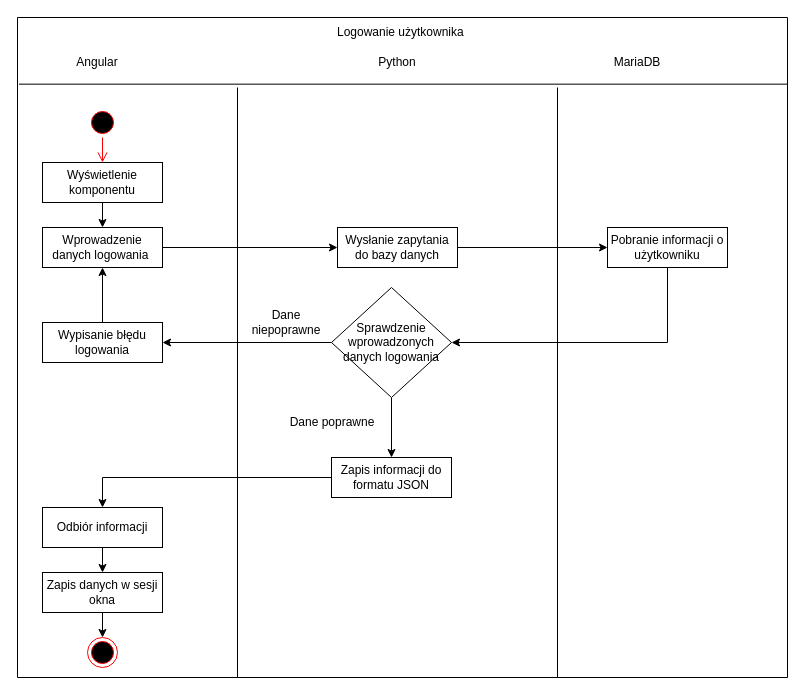
Before: Diagram/Login.drawio in Quadium9/Projekt_I, a draw.io diagram. Source tidied: cells renumbered, new cells numbered last; positions are measured from the earlier drawing's top-left corner, leaving out a move shared by most shapes. Both pictures are drawn from the tidied source at 100%, with x=0, y=0 at pixel (17, 17).
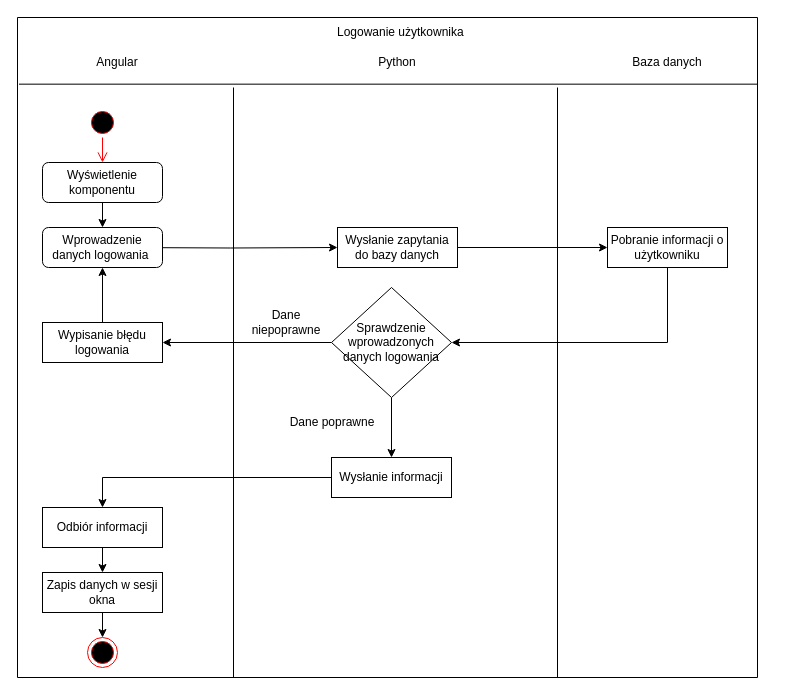
After the change.

Unchanged cells that the change refers to:
```xml
<mxCell id="27" value="Wysłanie zapytania do bazy danych" style="rounded=0;whiteSpace=wrap;html=1;" parent="2" vertex="1">
  <mxGeometry x="320" y="210" width="120" height="40" as="geometry" />
</mxCell>
<mxCell id="28" style="ellipse;html=1;shape=startState;fillColor=#000000;strokeColor=#ff0000;" parent="2" vertex="1">
  <mxGeometry x="70" y="90" width="30" height="30" as="geometry" />
</mxCell>
```

The edit, as a diff of the source:
```diff
@@
     <mxCell id="2" style="swimlane;startSize=0;" parent="1" vertex="1">
-      <mxGeometry width="770" height="660" as="geometry" />
+      <mxGeometry width="740" height="660" as="geometry" />
     </mxCell>
     <mxCell id="3" value="Angular" style="text;html=1;strokeColor=none;fillColor=none;align=center;verticalAlign=middle;whiteSpace=wrap;rounded=0;" parent="2" vertex="1">
-      <mxGeometry x="50" y="30" width="60" height="30" as="geometry" />
+      <mxGeometry x="70" y="30" width="60" height="30" as="geometry" />
     </mxCell>
@@
-    <mxCell id="5" value="MariaDB" style="text;html=1;strokeColor=none;fillColor=none;align=center;verticalAlign=middle;whiteSpace=wrap;rounded=0;" parent="2" vertex="1">
-      <mxGeometry x="590" y="30" width="60" height="30" as="geometry" />
+    <mxCell id="5" value="Baza danych" style="text;html=1;strokeColor=none;fillColor=none;align=center;verticalAlign=middle;whiteSpace=wrap;rounded=0;" parent="2" vertex="1">
+      <mxGeometry x="605" y="30" width="90" height="30" as="geometry" />
     </mxCell>
@@
-    <mxCell id="8" style="edgeStyle=orthogonalEdgeStyle;rounded=0;jettySize=auto;html=1;entryX=0.5;entryY=0;entryDx=0;entryDy=0;" parent="2" edge="1" source="9" target="11">
-      <mxGeometry relative="1" as="geometry" />
-    </mxCell>
-    <mxCell id="9" value="Wyświetlenie komponentu" style="rounded=0;whiteSpace=wrap;html=1;" parent="2" vertex="1">
-      <mxGeometry x="25" y="145" width="120" height="40" as="geometry" />
-    </mxCell>
-    <mxCell id="10" style="edgeStyle=orthogonalEdgeStyle;rounded=0;jettySize=auto;html=1;entryX=0;entryY=0.5;entryDx=0;entryDy=0;" parent="2" edge="1" source="11" target="27">
-      <mxGeometry relative="1" as="geometry" />
+    <mxCell id="10" style="edgeStyle=orthogonalEdgeStyle;rounded=0;jettySize=auto;html=1;entryX=0;entryY=0.5;entryDx=0;entryDy=0;" parent="2" edge="1" target="27">
+      <mxGeometry relative="1" as="geometry">
+        <mxPoint x="105" y="230" as="sourcePoint" />
+      </mxGeometry>
     </mxCell>
-    <mxCell id="11" value="Wprowadzenie danych logowania&amp;nbsp;" style="rounded=0;whiteSpace=wrap;html=1;" parent="2" vertex="1">
-      <mxGeometry x="25" y="210" width="120" height="40" as="geometry" />
-    </mxCell>
@@
-    <mxCell id="19" value="Zapis informacji do formatu JSON" style="rounded=0;whiteSpace=wrap;html=1;" parent="2" vertex="1">
+    <mxCell id="19" value="Wysłanie informacji" style="rounded=0;whiteSpace=wrap;html=1;" parent="2" vertex="1">
       <mxGeometry x="314" y="440" width="120" height="40" as="geometry" />
     </mxCell>
@@
-    <mxCell id="29" style="edgeStyle=orthogonalEdgeStyle;html=1;verticalAlign=bottom;endArrow=open;endSize=8;strokeColor=#ff0000;rounded=0;entryX=0.5;entryY=0;entryDx=0;entryDy=0;" parent="2" edge="1" source="28" target="9">
-      <mxGeometry relative="1" as="geometry" />
+    <mxCell id="29" style="edgeStyle=orthogonalEdgeStyle;html=1;verticalAlign=bottom;endArrow=open;endSize=8;strokeColor=#ff0000;rounded=0;entryX=0.5;entryY=0;entryDx=0;entryDy=0;" parent="2" edge="1" source="28">
+      <mxGeometry relative="1" as="geometry">
+        <mxPoint x="85" y="145" as="targetPoint" />
+      </mxGeometry>
     </mxCell>
@@
+    <mxCell id="8" style="edgeStyle=orthogonalEdgeStyle;rounded=0;jettySize=auto;html=1;entryX=0.5;entryY=0;entryDx=0;entryDy=0;" parent="2" edge="1" source="9" target="11">
+      <mxGeometry relative="1" as="geometry" />
+    </mxCell>
+    <mxCell id="9" value="&lt;span&gt;Wyświetlenie komponentu&lt;/span&gt;" style="rounded=1;whiteSpace=wrap;html=1;" parent="2" vertex="1">
+      <mxGeometry x="25" y="145" width="120" height="40" as="geometry" />
+    </mxCell>
+    <mxCell id="11" value="Wprowadzenie danych logowania&amp;nbsp;" style="rounded=1;whiteSpace=wrap;html=1;" parent="2" vertex="1">
+      <mxGeometry x="25" y="210" width="120" height="40" as="geometry" />
+    </mxCell>
@@
     <mxCell id="33" style="endArrow=none;html=1;rounded=0;" parent="1" edge="1">
       <mxGeometry relative="1" as="geometry">
-        <mxPoint x="220" y="660" as="sourcePoint" />
-        <mxPoint x="220" y="70" as="targetPoint" />
+        <mxPoint x="216" y="660" as="sourcePoint" />
+        <mxPoint x="216" y="70" as="targetPoint" />
       </mxGeometry>
     </mxCell>
```
